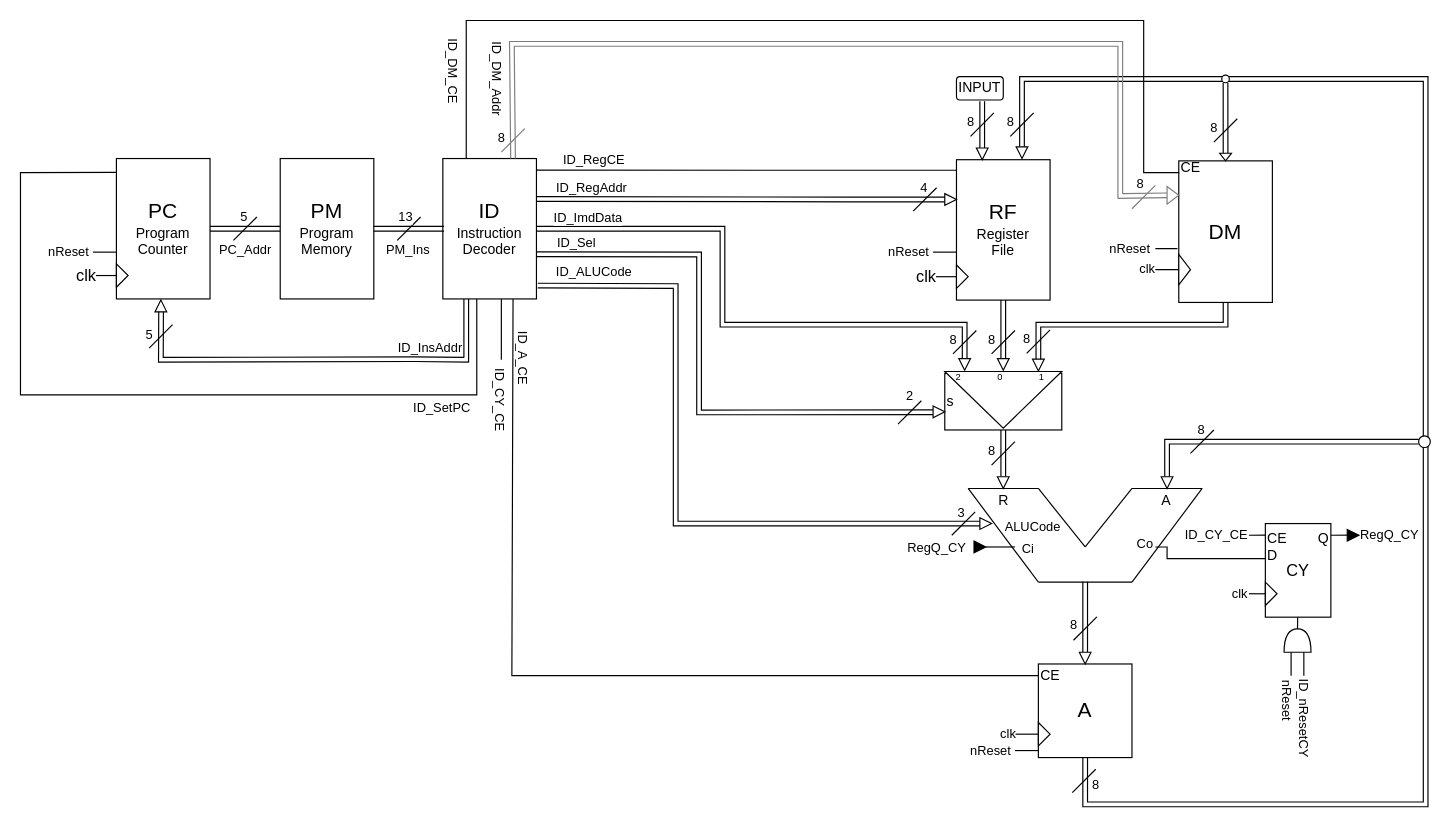
Above: uP_Diagram.drawio in DrakeGrigory/uProcessor (draw.io), before the change. Source tidied: cells renumbered, new cells numbered last; positions are measured from the earlier drawing's top-left corner, leaving out a move shared by most shapes. Both pictures are drawn from the tidied source at 117%, with x=0, y=0 at pixel (20, 20).
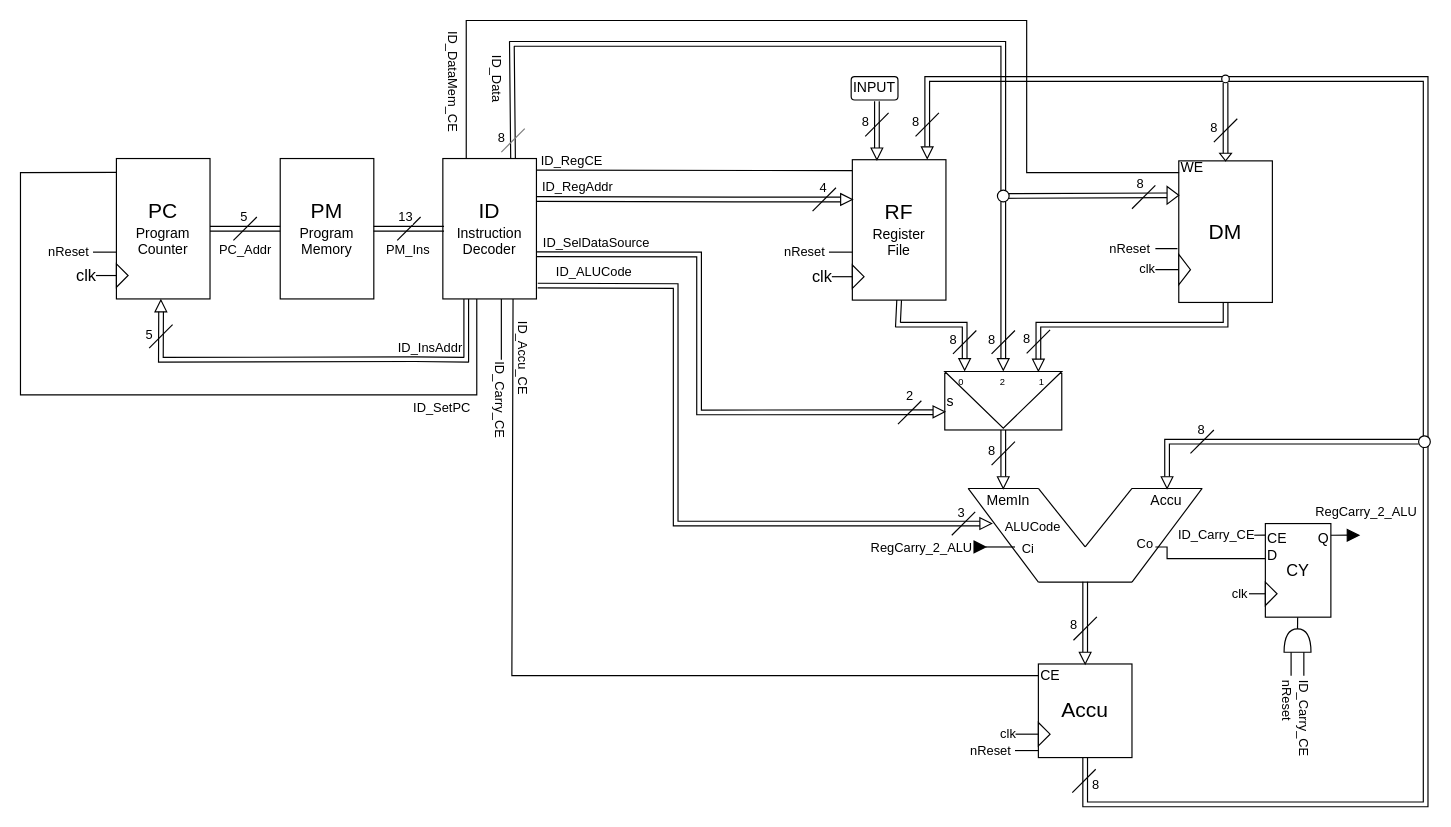
The same diagram, later.

Unchanged cells that the change refers to:
```xml
<mxCell id="8" value="&lt;font style=&quot;&quot;&gt;&lt;span style=&quot;font-size: 18px;&quot;&gt;ID&lt;/span&gt;&lt;br&gt;&lt;font style=&quot;font-size: 12px;&quot;&gt;Instruction&lt;br&gt;Decoder&lt;/font&gt;&lt;/font&gt;" style="rounded=0;whiteSpace=wrap;html=1;rotation=0;" parent="1" vertex="1">
  <mxGeometry x="361" y="118" width="80" height="120" as="geometry" />
</mxCell>
<mxCell id="25" value="&lt;font style=&quot;&quot;&gt;&lt;span style=&quot;font-size: 18px;&quot;&gt;RF&lt;/span&gt;&lt;br&gt;&lt;font style=&quot;font-size: 12px;&quot;&gt;Register&lt;br&gt;File&lt;/font&gt;&lt;/font&gt;" style="rounded=0;whiteSpace=wrap;html=1;rotation=0;" parent="24" vertex="1">
  <mxGeometry x="20" width="80" height="120" as="geometry" />
</mxCell>
<mxCell id="29" style="triangle;whiteSpace=wrap;html=1;direction=east;" parent="24" vertex="1">
  <mxGeometry x="10" y="29" width="10" height="10" as="geometry" />
</mxCell>
<mxCell id="44" style="group;" parent="1" vertex="1">
  <mxGeometry x="850" y="550" width="100" height="80" as="geometry" />
</mxCell>
<mxCell id="69" style="endArrow=none;html=1;rounded=0;entryX=0.75;entryY=1;entryDx=0;entryDy=0;" parent="1" edge="1" target="8">
  <mxGeometry relative="1" as="geometry">
    <mxPoint x="870" y="560" as="sourcePoint" />
    <Array as="points">
      <mxPoint x="420" y="560" />
    </Array>
  </mxGeometry>
</mxCell>
<mxCell id="71" style="endArrow=none;html=1;rounded=0;entryX=0.625;entryY=1;entryDx=0;entryDy=0;entryPerimeter=0;" parent="1" edge="1" target="8">
  <mxGeometry relative="1" as="geometry">
    <mxPoint x="411" y="290" as="sourcePoint" />
  </mxGeometry>
</mxCell>
<mxCell id="97" style="triangle;whiteSpace=wrap;html=1;direction=south;" parent="1" vertex="1">
  <mxGeometry x="802" y="289" width="10" height="10" as="geometry" />
</mxCell>
<mxCell id="103" style="group;" parent="1" vertex="1">
  <mxGeometry x="970" y="120" width="100" height="121" as="geometry" />
</mxCell>
<mxCell id="120" style="endArrow=none;html=1;rounded=0;" parent="1" edge="1" target="122">
  <mxGeometry x="-0.33" relative="1" as="geometry">
    <mxPoint x="820" y="450" as="sourcePoint" />
  </mxGeometry>
</mxCell>
<mxCell id="124" style="endArrow=none;html=1;rounded=0;entryX=0.008;entryY=0.124;entryDx=0;entryDy=0;entryPerimeter=0;" parent="123" edge="1" target="135">
  <mxGeometry relative="1" as="geometry">
    <mxPoint y="10" as="sourcePoint" />
  </mxGeometry>
</mxCell>
<mxCell id="128" style="endArrow=none;html=1;rounded=0;entryX=0;entryY=0.25;entryDx=0;entryDy=0;entryPerimeter=0;" parent="123" edge="1">
  <mxGeometry relative="1" as="geometry">
    <mxPoint x="46.9" y="130" as="sourcePoint" />
    <mxPoint x="46.9" y="110" as="targetPoint" />
  </mxGeometry>
</mxCell>
<mxCell id="138" style="endArrow=none;html=1;rounded=0;entryX=0.323;entryY=0.481;entryDx=0;entryDy=0;entryPerimeter=0;" parent="134" edge="1" target="140">
  <mxGeometry relative="1" as="geometry">
    <mxPoint x="56" y="10" as="sourcePoint" />
  </mxGeometry>
</mxCell>
<mxCell id="141" style="shape=link;html=1;rounded=0;entryX=1.003;entryY=0.682;entryDx=0;entryDy=0;entryPerimeter=0;exitX=0.277;exitY=0.535;exitDx=0;exitDy=0;exitPerimeter=0;" parent="1" edge="1" source="144" target="8">
  <mxGeometry relative="1" as="geometry">
    <Array as="points">
      <mxPoint x="580" y="335" />
      <mxPoint x="580" y="200" />
    </Array>
  </mxGeometry>
</mxCell>
<mxCell id="159" style="triangle;whiteSpace=wrap;html=1;direction=south;" parent="1" vertex="1">
  <mxGeometry x="835" y="289" width="10" height="10" as="geometry" />
</mxCell>
```

Change to the diagram source:
```diff
@@
-    <mxCell id="15" style="endArrow=none;html=1;rounded=0;strokeWidth=1;exitX=1.006;exitY=0.083;exitDx=0;exitDy=0;exitPerimeter=0;" parent="1" edge="1" source="8">
-      <mxGeometry relative="1" as="geometry">
-        <mxPoint x="800" y="128" as="targetPoint" />
-      </mxGeometry>
+    <mxCell id="15" style="endArrow=none;html=1;rounded=0;strokeWidth=1;exitX=1.006;exitY=0.083;exitDx=0;exitDy=0;exitPerimeter=0;entryX=-0.001;entryY=0.078;entryDx=0;entryDy=0;entryPerimeter=0;" parent="1" edge="1" source="8" target="25">
+      <mxGeometry relative="1" as="geometry" />
     </mxCell>
     <mxCell id="16" value="ID_RegCE" style="edgeLabel;html=1;align=center;verticalAlign=middle;" parent="15" vertex="1">
       <mxGeometry x="0.46" y="-1" relative="1" as="geometry">
-        <mxPoint x="-214" y="-10" as="offset" />
+        <mxPoint x="-168" y="-10" as="offset" />
       </mxGeometry>
     </mxCell>
@@
     <mxCell id="24" style="group;" parent="1" vertex="1">
-      <mxGeometry x="780" y="119" width="100" height="120" as="geometry" />
+      <mxGeometry x="691" y="119" width="100" height="120" as="geometry" />
     </mxCell>
@@
-    <mxCell id="45" value="&lt;font style=&quot;font-size: 18px;&quot;&gt;A&lt;/font&gt;" style="rounded=0;whiteSpace=wrap;html=1;rotation=0;" parent="44" vertex="1">
+    <mxCell id="45" value="&lt;font style=&quot;font-size: 18px;&quot;&gt;Accu&lt;/font&gt;" style="rounded=0;whiteSpace=wrap;html=1;rotation=0;" parent="44" vertex="1">
       <mxGeometry x="20" width="80" height="80" as="geometry" />
     </mxCell>
@@
     <mxCell id="52" style="shape=link;html=1;rounded=0;exitX=0;exitY=0.5;exitDx=0;exitDy=0;" parent="1" edge="1" source="64">
       <mxGeometry relative="1" as="geometry">
         <mxPoint x="910" y="630" as="targetPoint" />
         <Array as="points">
-          <mxPoint x="856" y="50" />
+          <mxPoint x="775" y="50" />
           <mxPoint x="1201" y="50" />
           <mxPoint x="1201" y="670" />
           <mxPoint x="910" y="670" />
         </Array>
       </mxGeometry>
     </mxCell>
@@
     <mxCell id="55" style="endArrow=none;html=1;rounded=0;" parent="1" edge="1">
       <mxGeometry relative="1" as="geometry">
-        <mxPoint x="846" y="99" as="sourcePoint" />
-        <mxPoint x="866" y="79" as="targetPoint" />
+        <mxPoint x="765" y="99" as="sourcePoint" />
+        <mxPoint x="785" y="79" as="targetPoint" />
       </mxGeometry>
     </mxCell>
@@
     <mxCell id="64" style="triangle;whiteSpace=wrap;html=1;direction=south;" parent="1" vertex="1">
-      <mxGeometry x="851" y="108" width="10" height="10" as="geometry" />
+      <mxGeometry x="770" y="108" width="10" height="10" as="geometry" />
     </mxCell>
@@
-    <mxCell id="66" value="R" style="text;html=1;align=center;verticalAlign=middle;strokeColor=none;fillColor=none;" parent="1" vertex="1">
-      <mxGeometry x="825" y="396" width="30" height="30" as="geometry" />
+    <mxCell id="66" value="MemIn" style="text;html=1;align=center;verticalAlign=middle;strokeColor=none;fillColor=none;" parent="1" vertex="1">
+      <mxGeometry x="814" y="396" width="60" height="30" as="geometry" />
     </mxCell>
-    <mxCell id="67" value="A" style="text;html=1;align=center;verticalAlign=middle;strokeColor=none;fillColor=none;" parent="1" vertex="1">
-      <mxGeometry x="964" y="396" width="30" height="30" as="geometry" />
+    <mxCell id="67" value="Accu" style="text;html=1;align=center;verticalAlign=middle;strokeColor=none;fillColor=none;" parent="1" vertex="1">
+      <mxGeometry x="954" y="396" width="50" height="30" as="geometry" />
     </mxCell>
@@
-    <mxCell id="70" value="ID_A_CE" style="edgeLabel;html=1;align=center;verticalAlign=middle;rotation=90;" parent="69" vertex="1">
+    <mxCell id="70" value="ID_Accu_CE" style="edgeLabel;html=1;align=center;verticalAlign=middle;rotation=90;" parent="69" vertex="1">
       <mxGeometry x="0.85" relative="1" as="geometry">
         <mxPoint x="10" y="-8" as="offset" />
       </mxGeometry>
     </mxCell>
@@
-    <mxCell id="72" value="ID_CY_CE" style="edgeLabel;html=1;align=center;verticalAlign=middle;rotation=90;" parent="71" vertex="1">
+    <mxCell id="72" value="ID_Carry_CE" style="edgeLabel;html=1;align=center;verticalAlign=middle;rotation=90;" parent="71" vertex="1">
       <mxGeometry x="-0.15" y="2" relative="1" as="geometry">
         <mxPoint x="2" y="55" as="offset" />
       </mxGeometry>
     </mxCell>
@@
-    <mxCell id="75" value="INPUT" style="rounded=1;whiteSpace=wrap;html=1;" parent="1" vertex="1">
-      <mxGeometry x="800" y="48" width="40" height="20" as="geometry" />
-    </mxCell>
@@
-    <mxCell id="84" style="group;" parent="1" vertex="1">
-      <mxGeometry x="812" y="69" width="20" height="50" as="geometry" />
-    </mxCell>
-    <mxCell id="85" style="shape=link;html=1;rounded=0;" parent="84" edge="1">
-      <mxGeometry relative="1" as="geometry">
-        <mxPoint x="10" y="40" as="sourcePoint" />
-        <mxPoint x="10" as="targetPoint" />
-      </mxGeometry>
-    </mxCell>
-    <mxCell id="86" style="endArrow=none;html=1;rounded=0;" parent="84" edge="1">
-      <mxGeometry relative="1" as="geometry">
-        <mxPoint y="30" as="sourcePoint" />
-        <mxPoint x="20" y="10" as="targetPoint" />
-      </mxGeometry>
-    </mxCell>
-    <mxCell id="87" value="8" style="edgeLabel;html=1;align=center;verticalAlign=middle;rotation=0;" parent="86" vertex="1">
-      <mxGeometry x="0.7" relative="1" as="geometry">
-        <mxPoint x="-17" y="4" as="offset" />
-      </mxGeometry>
-    </mxCell>
-    <mxCell id="88" style="triangle;whiteSpace=wrap;html=1;direction=south;" parent="84" vertex="1">
-      <mxGeometry x="5" y="40" width="10" height="10" as="geometry" />
-    </mxCell>
@@
-    <mxCell id="93" style="shape=link;html=1;rounded=0;entryX=1;entryY=0.5;entryDx=0;entryDy=0;exitX=0;exitY=0.5;exitDx=0;exitDy=0;" parent="1" edge="1" source="97" target="8">
-      <mxGeometry relative="1" as="geometry">
-        <Array as="points">
-          <mxPoint x="807" y="260" />
-          <mxPoint x="600" y="260" />
-          <mxPoint x="600" y="178" />
-        </Array>
-      </mxGeometry>
-    </mxCell>
-    <mxCell id="94" value="ID_ImdData" style="edgeLabel;html=1;align=center;verticalAlign=middle;" parent="93" vertex="1">
-      <mxGeometry x="0.73" y="-2" relative="1" as="geometry">
-        <mxPoint x="-21" y="-8" as="offset" />
-      </mxGeometry>
-    </mxCell>
@@
-    <mxCell id="98" style="shape=link;html=1;rounded=0;entryX=0.75;entryY=0;entryDx=0;entryDy=0;exitX=0;exitY=0.5;exitDx=0;exitDy=0;strokeColor=#7D7D7D;" parent="1" edge="1" source="108" target="8">
+    <mxCell id="98" style="shape=link;html=1;rounded=0;entryX=0.75;entryY=0;entryDx=0;entryDy=0;exitX=0;exitY=0.5;exitDx=0;exitDy=0;strokeColor=#000000;" parent="1" edge="1" source="108" target="8">
       <mxGeometry relative="1" as="geometry">
         <Array as="points">
-          <mxPoint x="940" y="150" />
-          <mxPoint x="940" y="20" />
+          <mxPoint x="840" y="150" />
+          <mxPoint x="840" y="20" />
           <mxPoint x="420" y="20" />
         </Array>
       </mxGeometry>
     </mxCell>
-    <mxCell id="99" value="ID_DM_Addr" style="edgeLabel;html=1;align=center;verticalAlign=middle;rotation=90;" parent="98" vertex="1">
+    <mxCell id="99" value="ID_Data" style="edgeLabel;html=1;align=center;verticalAlign=middle;rotation=90;" parent="98" vertex="1">
       <mxGeometry x="0.87" y="-3" relative="1" as="geometry">
         <mxPoint x="-9" y="-18" as="offset" />
       </mxGeometry>
     </mxCell>
@@
-    <mxCell id="108" style="triangle;whiteSpace=wrap;html=1;direction=east;strokeColor=#7D7D7D;" parent="103" vertex="1">
+    <mxCell id="108" style="triangle;whiteSpace=wrap;html=1;direction=east;strokeColor=#000000;" parent="103" vertex="1">
       <mxGeometry x="10" y="21.9" width="10" height="15.1" as="geometry" />
     </mxCell>
-    <mxCell id="109" value="CE" style="text;html=1;align=left;verticalAlign=middle;points=[];strokeColor=none;fillColor=none;" parent="103" vertex="1">
+    <mxCell id="109" value="WE" style="text;html=1;align=left;verticalAlign=middle;points=[];strokeColor=none;fillColor=none;" parent="103" vertex="1">
       <mxGeometry x="20" y="-9.1" width="40" height="30" as="geometry" />
     </mxCell>
-    <mxCell id="110" style="endArrow=none;html=1;rounded=0;strokeColor=#7D7D7D;" parent="103" edge="1">
+    <mxCell id="110" style="endArrow=none;html=1;rounded=0;strokeColor=#000000;" parent="103" edge="1">
       <mxGeometry relative="1" as="geometry">
         <mxPoint x="-20" y="40.9" as="sourcePoint" />
         <mxPoint y="20.9" as="targetPoint" />
       </mxGeometry>
     </mxCell>
@@
     <mxCell id="114" style="endArrow=none;html=1;rounded=0;exitX=0.25;exitY=0;exitDx=0;exitDy=0;entryX=0.008;entryY=0.637;entryDx=0;entryDy=0;entryPerimeter=0;" parent="1" edge="1" source="8" target="109">
       <mxGeometry relative="1" as="geometry">
         <Array as="points">
           <mxPoint x="381" />
-          <mxPoint x="960" />
-          <mxPoint x="960" y="130" />
+          <mxPoint x="860" />
+          <mxPoint x="860" y="130" />
         </Array>
       </mxGeometry>
     </mxCell>
-    <mxCell id="115" value="ID_DM_CE" style="edgeLabel;html=1;align=center;verticalAlign=middle;rotation=90;" parent="114" vertex="1">
+    <mxCell id="115" value="ID_DataMem_CE" style="edgeLabel;html=1;align=center;verticalAlign=middle;rotation=90;" parent="114" vertex="1">
       <mxGeometry x="-0.79" relative="1" as="geometry">
-        <mxPoint x="-10" y="14" as="offset" />
+        <mxPoint x="-10" y="23" as="offset" />
       </mxGeometry>
     </mxCell>
@@
-    <mxCell id="121" value="RegQ_CY" style="edgeLabel;html=1;align=center;verticalAlign=middle;" parent="120" vertex="1">
+    <mxCell id="121" value="RegCarry_2_ALU" style="edgeLabel;html=1;align=center;verticalAlign=middle;" parent="120" vertex="1">
       <mxGeometry x="-0.19" relative="1" as="geometry">
-        <mxPoint x="-38" as="offset" />
+        <mxPoint x="-51" as="offset" />
       </mxGeometry>
     </mxCell>
@@
-    <mxCell id="125" value="ID_CY_CE" style="edgeLabel;html=1;align=center;verticalAlign=middle;" parent="124" vertex="1">
+    <mxCell id="125" value="ID_Carry_CE" style="edgeLabel;html=1;align=center;verticalAlign=middle;" parent="124" vertex="1">
       <mxGeometry x="0.2" y="1" relative="1" as="geometry">
         <mxPoint x="-37" y="1" as="offset" />
       </mxGeometry>
     </mxCell>
@@
-    <mxCell id="129" value="ID_nResetCY" style="edgeLabel;html=1;align=center;verticalAlign=middle;rotation=90;" parent="128" vertex="1">
+    <mxCell id="129" value="ID_Carry_CE" style="edgeLabel;html=1;align=center;verticalAlign=middle;rotation=90;" parent="128" vertex="1">
       <mxGeometry x="-0.6" y="-1" relative="1" as="geometry">
         <mxPoint y="40" as="offset" />
       </mxGeometry>
     </mxCell>
@@
-    <mxCell id="139" value="RegQ_CY" style="edgeLabel;html=1;align=center;verticalAlign=middle;" parent="138" vertex="1">
+    <mxCell id="139" value="RegCarry_2_ALU" style="edgeLabel;html=1;align=center;verticalAlign=middle;" parent="138" vertex="1">
       <mxGeometry x="0.61" relative="1" as="geometry">
-        <mxPoint x="36" as="offset" />
+        <mxPoint x="16" y="-20" as="offset" />
       </mxGeometry>
     </mxCell>
@@
-    <mxCell id="143" value="ID_Sel" style="edgeLabel;html=1;align=center;verticalAlign=middle;" parent="141" vertex="1">
+    <mxCell id="143" value="ID_SelDataSource" style="edgeLabel;html=1;align=center;verticalAlign=middle;" parent="141" vertex="1">
       <mxGeometry x="0.73" y="-2" relative="1" as="geometry">
-        <mxPoint x="-31" y="-8" as="offset" />
+        <mxPoint x="-14" y="-8" as="offset" />
       </mxGeometry>
     </mxCell>
@@
-    <mxCell id="147" style="shape=link;html=1;rounded=0;exitX=1.006;exitY=0.288;exitDx=0;exitDy=0;exitPerimeter=0;" parent="1" edge="1" source="8">
+    <mxCell id="147" style="shape=link;html=1;rounded=0;exitX=1.006;exitY=0.288;exitDx=0;exitDy=0;exitPerimeter=0;entryX=0;entryY=0.5;entryDx=0;entryDy=0;" parent="1" edge="1" source="8" target="29">
       <mxGeometry relative="1" as="geometry">
-        <mxPoint x="790" y="153" as="targetPoint" />
         <Array as="points">
-          <mxPoint x="710" y="153" />
+          <mxPoint x="610" y="153" />
         </Array>
       </mxGeometry>
     </mxCell>
     <mxCell id="148" value="ID_RegAddr" style="edgeLabel;html=1;align=center;verticalAlign=middle;" parent="147" vertex="1">
       <mxGeometry x="0.43" y="1" relative="1" as="geometry">
-        <mxPoint x="-203" y="-9" as="offset" />
+        <mxPoint x="-152" y="-11" as="offset" />
       </mxGeometry>
     </mxCell>
     <mxCell id="149" style="endArrow=none;html=1;rounded=0;" parent="1" edge="1">
       <mxGeometry relative="1" as="geometry">
-        <mxPoint x="763" y="163" as="sourcePoint" />
-        <mxPoint x="783" y="143" as="targetPoint" />
+        <mxPoint x="677" y="163" as="sourcePoint" />
+        <mxPoint x="697" y="143" as="targetPoint" />
       </mxGeometry>
     </mxCell>
@@
-    <mxCell id="156" style="shape=link;html=1;rounded=0;entryX=0.5;entryY=1;entryDx=0;entryDy=0;" parent="1" edge="1" target="25">
+    <mxCell id="156" style="shape=link;html=1;rounded=0;entryX=0.5;entryY=1;entryDx=0;entryDy=0;exitX=0;exitY=0.5;exitDx=0;exitDy=0;" parent="1" edge="1" source="97" target="25">
       <mxGeometry relative="1" as="geometry">
-        <mxPoint x="840" y="291" as="sourcePoint" />
+        <Array as="points">
+          <mxPoint x="807" y="260" />
+          <mxPoint x="750" y="260" />
+        </Array>
       </mxGeometry>
     </mxCell>
-    <mxCell id="157" style="endArrow=none;html=1;rounded=0;" parent="1" edge="1">
+    <mxCell id="157" style="endArrow=none;html=1;rounded=0;strokeColor=default;" parent="1" edge="1">
       <mxGeometry relative="1" as="geometry">
         <mxPoint x="830" y="285" as="sourcePoint" />
         <mxPoint x="850" y="265" as="targetPoint" />
       </mxGeometry>
     </mxCell>
@@
-    <mxCell id="166" value="&lt;font style=&quot;font-size: 8px;&quot;&gt;2&amp;nbsp; &amp;nbsp; &amp;nbsp;&amp;nbsp;&lt;span style=&quot;white-space-collapse: preserve;&quot;&gt;&amp;nbsp;       0&lt;/span&gt;&amp;nbsp; &amp;nbsp; &amp;nbsp; &amp;nbsp; &amp;nbsp;&lt;span style=&quot;white-space: pre;&quot;&gt;&lt;span style=&quot;white-space: pre;&quot;&gt;&#9;&lt;/span&gt;1&lt;/span&gt;&lt;/font&gt;" style="text;html=1;align=center;verticalAlign=middle;strokeColor=none;fillColor=none;" parent="1" vertex="1">
-      <mxGeometry x="787" y="288.5" width="100" height="30" as="geometry" />
+    <mxCell id="166" value="&lt;font style=&quot;font-size: 8px;&quot;&gt;&amp;nbsp;0&amp;nbsp; &amp;nbsp; &amp;nbsp;&amp;nbsp;&lt;span style=&quot;white-space-collapse: preserve;&quot;&gt;&amp;nbsp;       2&lt;/span&gt;&amp;nbsp; &amp;nbsp; &amp;nbsp; &amp;nbsp; &amp;nbsp;&lt;span style=&quot;white-space: pre;&quot;&gt;&lt;span style=&quot;white-space: pre;&quot;&gt;&#9;&lt;/span&gt;1&lt;/span&gt;&lt;/font&gt;" style="text;html=1;align=center;verticalAlign=middle;strokeColor=none;fillColor=none;" parent="1" vertex="1">
+      <mxGeometry x="787" y="292.5" width="100" height="30" as="geometry" />
     </mxCell>
@@
+    <mxCell id="169" style="group;" parent="1" vertex="1">
+      <mxGeometry x="710" y="48" width="40" height="71" as="geometry" />
+    </mxCell>
+    <mxCell id="75" value="INPUT" style="rounded=1;whiteSpace=wrap;html=1;" parent="169" vertex="1">
+      <mxGeometry width="40" height="20" as="geometry" />
+    </mxCell>
+    <mxCell id="84" style="group;" parent="169" vertex="1">
+      <mxGeometry x="12" y="21" width="20" height="50" as="geometry" />
+    </mxCell>
+    <mxCell id="85" style="shape=link;html=1;rounded=0;" parent="84" edge="1">
+      <mxGeometry relative="1" as="geometry">
+        <mxPoint x="10" y="40" as="sourcePoint" />
+        <mxPoint x="10" as="targetPoint" />
+      </mxGeometry>
+    </mxCell>
+    <mxCell id="86" style="endArrow=none;html=1;rounded=0;" parent="84" edge="1">
+      <mxGeometry relative="1" as="geometry">
+        <mxPoint y="30" as="sourcePoint" />
+        <mxPoint x="20" y="10" as="targetPoint" />
+      </mxGeometry>
+    </mxCell>
+    <mxCell id="87" value="8" style="edgeLabel;html=1;align=center;verticalAlign=middle;rotation=0;" parent="86" vertex="1">
+      <mxGeometry x="0.7" relative="1" as="geometry">
+        <mxPoint x="-17" y="4" as="offset" />
+      </mxGeometry>
+    </mxCell>
+    <mxCell id="88" style="triangle;whiteSpace=wrap;html=1;direction=south;" parent="84" vertex="1">
+      <mxGeometry x="5" y="40" width="10" height="10" as="geometry" />
+    </mxCell>
+    <mxCell id="170" style="shape=link;html=1;rounded=0;exitX=0;exitY=0.5;exitDx=0;exitDy=0;strokeColor=#000000;" parent="1" edge="1" source="159" target="171">
+      <mxGeometry relative="1" as="geometry" />
+    </mxCell>
+    <mxCell id="171" style="ellipse;whiteSpace=wrap;html=1;fillColor=#FFFFFF;strokeColor=#000000;" parent="1" vertex="1">
+      <mxGeometry x="835" y="145" width="10" height="10" as="geometry" />
+    </mxCell>
```
